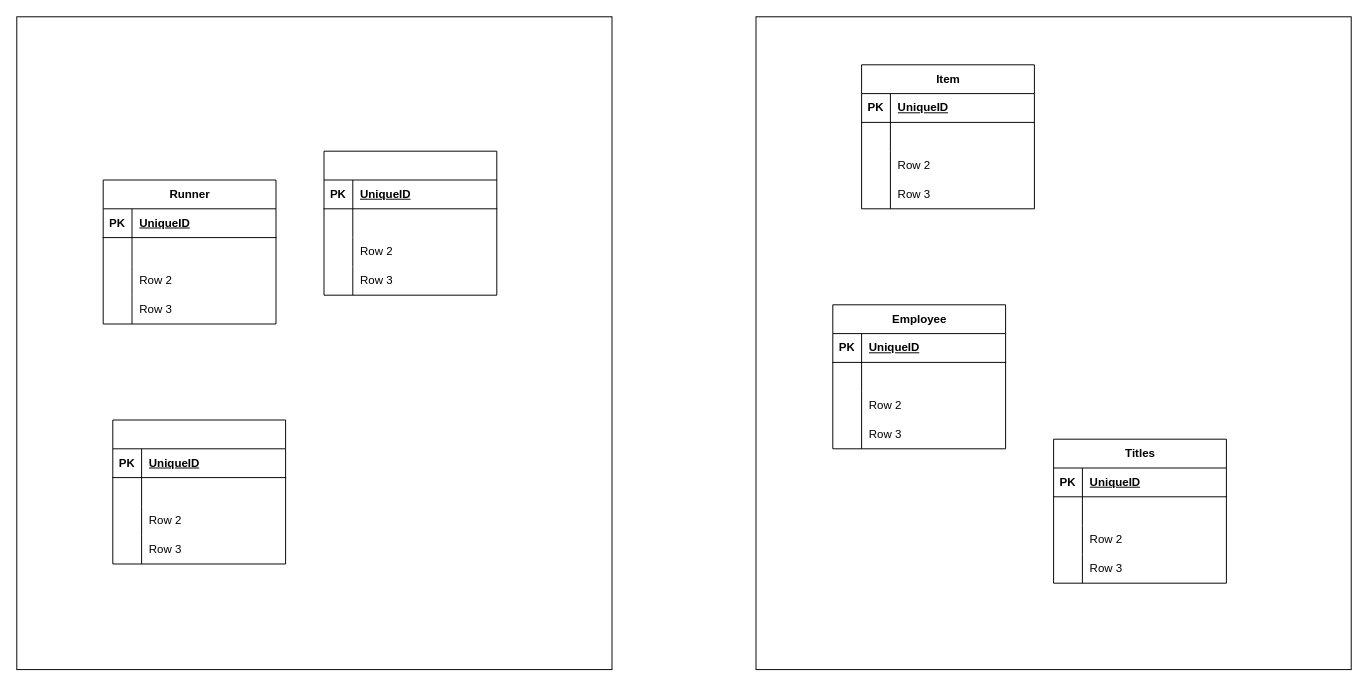
The draw.io diagram SI 644 - HW 1.drawio in machupichu412/SI564_ERDs, before the edit. Source tidied: cells renumbered, new cells numbered last; positions are measured from the earlier drawing's top-left corner, leaving out a move shared by most shapes. Both pictures are drawn from the tidied source at 96%, with x=0, y=0 at pixel (16, 16).
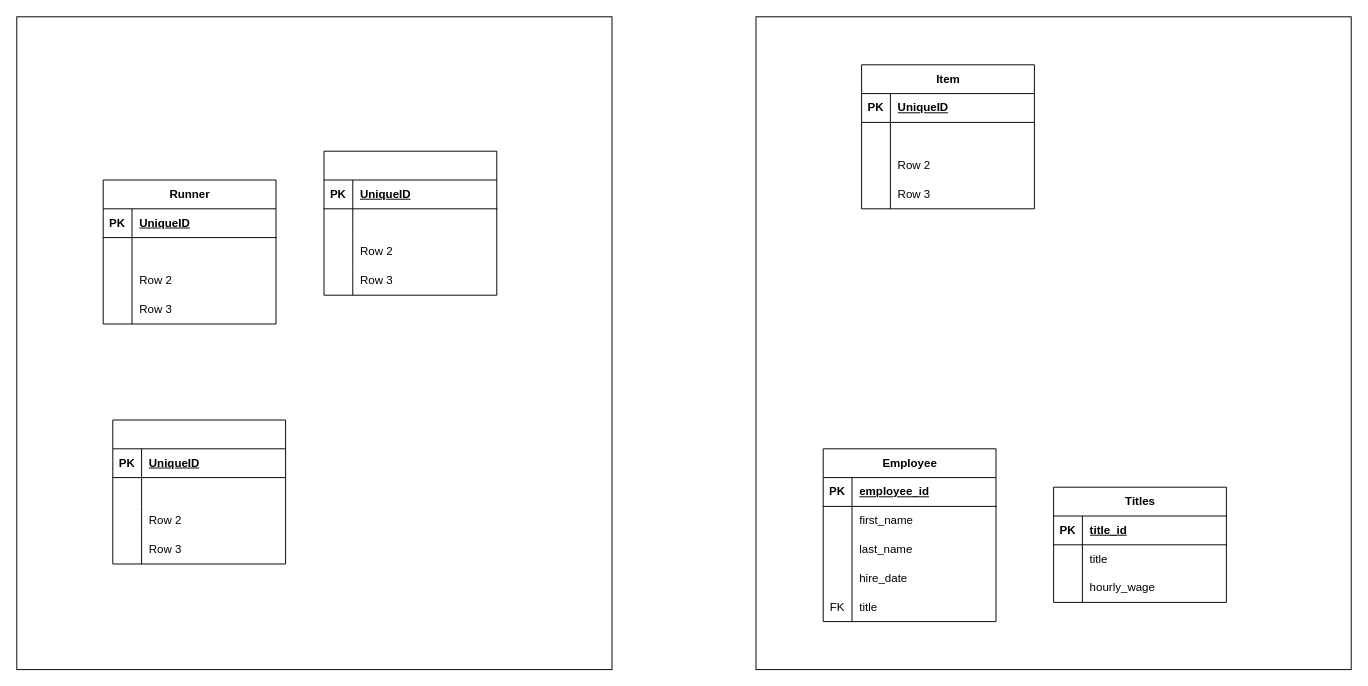
Above is the later version.

Unchanged cells that the change refers to:
```xml
<mxCell id="57" style="shape=tableRow;horizontal=0;startSize=0;swimlaneHead=0;swimlaneBody=0;fillColor=none;top=0;left=0;right=0;bottom=1;" parent="56" vertex="1">
  <mxGeometry y="30" width="180" height="30" as="geometry" />
</mxCell>
<mxCell id="60" style="shape=tableRow;horizontal=0;startSize=0;swimlaneHead=0;swimlaneBody=0;fillColor=none;top=0;left=0;right=0;bottom=0;" parent="56" vertex="1">
  <mxGeometry y="60" width="180" height="30" as="geometry" />
</mxCell>
<mxCell id="63" style="shape=tableRow;horizontal=0;startSize=0;swimlaneHead=0;swimlaneBody=0;fillColor=none;top=0;left=0;right=0;bottom=0;" parent="56" vertex="1">
  <mxGeometry y="90" width="180" height="30" as="geometry" />
</mxCell>
<mxCell id="70" style="shape=tableRow;horizontal=0;startSize=0;swimlaneHead=0;swimlaneBody=0;fillColor=none;top=0;left=0;right=0;bottom=1;" parent="69" vertex="1">
  <mxGeometry y="30" width="180" height="30" as="geometry" />
</mxCell>
<mxCell id="73" style="shape=tableRow;horizontal=0;startSize=0;swimlaneHead=0;swimlaneBody=0;fillColor=none;top=0;left=0;right=0;bottom=0;" parent="69" vertex="1">
  <mxGeometry y="60" width="180" height="30" as="geometry" />
</mxCell>
<mxCell id="76" style="shape=tableRow;horizontal=0;startSize=0;swimlaneHead=0;swimlaneBody=0;fillColor=none;top=0;left=0;right=0;bottom=0;" parent="69" vertex="1">
  <mxGeometry y="90" width="180" height="30" as="geometry" />
</mxCell>
```

Diff of the diagram source:
```diff
@@
     <mxCell id="56" value="Employee" style="shape=table;startSize=30;childLayout=tableLayout;rowLines=0;fontStyle=1;align=center;html=1;" parent="1" vertex="1">
-      <mxGeometry x="850" y="300" width="180" height="150" as="geometry" />
+      <mxGeometry x="840" y="450" width="180" height="180" as="geometry" />
     </mxCell>
@@
-    <mxCell id="59" value="UniqueID" style="shape=partialRectangle;fillColor=none;top=0;left=0;bottom=0;right=0;align=left;spacingLeft=6;fontStyle=5;overflow=hidden;whiteSpace=wrap;html=1;" parent="57" vertex="1">
+    <mxCell id="59" value="employee_id" style="shape=partialRectangle;fillColor=none;top=0;left=0;bottom=0;right=0;align=left;spacingLeft=6;fontStyle=5;overflow=hidden;whiteSpace=wrap;html=1;" parent="57" vertex="1">
       <mxGeometry x="30" width="150" height="30" as="geometry" />
     </mxCell>
@@
-    <mxCell id="62" style="shape=partialRectangle;fillColor=none;top=0;left=0;bottom=0;right=0;align=left;spacingLeft=6;overflow=hidden;whiteSpace=wrap;html=1;" parent="60" vertex="1">
+    <mxCell id="62" value="first_name" style="shape=partialRectangle;fillColor=none;top=0;left=0;bottom=0;right=0;align=left;spacingLeft=6;overflow=hidden;whiteSpace=wrap;html=1;" parent="60" vertex="1">
       <mxGeometry x="30" width="150" height="30" as="geometry" />
     </mxCell>
@@
-    <mxCell id="65" value="Row 2" style="shape=partialRectangle;fillColor=none;top=0;left=0;bottom=0;right=0;align=left;spacingLeft=6;overflow=hidden;whiteSpace=wrap;html=1;" parent="63" vertex="1">
+    <mxCell id="65" value="last_name" style="shape=partialRectangle;fillColor=none;top=0;left=0;bottom=0;right=0;align=left;spacingLeft=6;overflow=hidden;whiteSpace=wrap;html=1;" parent="63" vertex="1">
       <mxGeometry x="30" width="150" height="30" as="geometry" />
     </mxCell>
+    <mxCell id="79" style="shape=tableRow;horizontal=0;startSize=0;swimlaneHead=0;swimlaneBody=0;fillColor=none;top=0;left=0;right=0;bottom=0;" parent="56" vertex="1">
+      <mxGeometry y="120" width="180" height="30" as="geometry" />
+    </mxCell>
+    <mxCell id="80" style="shape=partialRectangle;fillColor=none;top=0;left=0;bottom=0;right=0;overflow=hidden;whiteSpace=wrap;html=1;" parent="79" vertex="1">
+      <mxGeometry width="30" height="30" as="geometry" />
+    </mxCell>
+    <mxCell id="82" value="hire_date" style="shape=partialRectangle;fillColor=none;top=0;left=0;bottom=0;right=0;align=left;spacingLeft=6;overflow=hidden;whiteSpace=wrap;html=1;" parent="79" vertex="1">
+      <mxGeometry x="30" width="150" height="30" as="geometry" />
+    </mxCell>
     <mxCell id="66" style="shape=tableRow;horizontal=0;startSize=0;swimlaneHead=0;swimlaneBody=0;fillColor=none;top=0;left=0;right=0;bottom=0;" parent="56" vertex="1">
-      <mxGeometry y="120" width="180" height="30" as="geometry" />
+      <mxGeometry y="150" width="180" height="30" as="geometry" />
     </mxCell>
-    <mxCell id="67" style="shape=partialRectangle;fillColor=none;top=0;left=0;bottom=0;right=0;overflow=hidden;whiteSpace=wrap;html=1;" parent="66" vertex="1">
+    <mxCell id="67" value="FK" style="shape=partialRectangle;fillColor=none;top=0;left=0;bottom=0;right=0;overflow=hidden;whiteSpace=wrap;html=1;" parent="66" vertex="1">
       <mxGeometry width="30" height="30" as="geometry" />
     </mxCell>
-    <mxCell id="68" value="Row 3" style="shape=partialRectangle;fillColor=none;top=0;left=0;bottom=0;right=0;align=left;spacingLeft=6;overflow=hidden;whiteSpace=wrap;html=1;" parent="66" vertex="1">
+    <mxCell id="68" value="title" style="shape=partialRectangle;fillColor=none;top=0;left=0;bottom=0;right=0;align=left;spacingLeft=6;overflow=hidden;whiteSpace=wrap;html=1;" parent="66" vertex="1">
       <mxGeometry x="30" width="150" height="30" as="geometry" />
     </mxCell>
     <mxCell id="69" value="Titles" style="shape=table;startSize=30;childLayout=tableLayout;rowLines=0;fontStyle=1;align=center;html=1;" parent="1" vertex="1">
-      <mxGeometry x="1080" y="440" width="180" height="150" as="geometry" />
+      <mxGeometry x="1080" y="490" width="180" height="120" as="geometry" />
     </mxCell>
@@
-    <mxCell id="72" value="UniqueID" style="shape=partialRectangle;fillColor=none;top=0;left=0;bottom=0;right=0;align=left;spacingLeft=6;fontStyle=5;overflow=hidden;whiteSpace=wrap;html=1;" parent="70" vertex="1">
+    <mxCell id="72" value="title_id" style="shape=partialRectangle;fillColor=none;top=0;left=0;bottom=0;right=0;align=left;spacingLeft=6;fontStyle=5;overflow=hidden;whiteSpace=wrap;html=1;" parent="70" vertex="1">
       <mxGeometry x="30" width="150" height="30" as="geometry" />
     </mxCell>
@@
-    <mxCell id="75" style="shape=partialRectangle;fillColor=none;top=0;left=0;bottom=0;right=0;align=left;spacingLeft=6;overflow=hidden;whiteSpace=wrap;html=1;" parent="73" vertex="1">
+    <mxCell id="75" value="title" style="shape=partialRectangle;fillColor=none;top=0;left=0;bottom=0;right=0;align=left;spacingLeft=6;overflow=hidden;whiteSpace=wrap;html=1;" parent="73" vertex="1">
       <mxGeometry x="30" width="150" height="30" as="geometry" />
     </mxCell>
@@
-    <mxCell id="78" value="Row 2" style="shape=partialRectangle;fillColor=none;top=0;left=0;bottom=0;right=0;align=left;spacingLeft=6;overflow=hidden;whiteSpace=wrap;html=1;" parent="76" vertex="1">
+    <mxCell id="78" value="hourly_wage" style="shape=partialRectangle;fillColor=none;top=0;left=0;bottom=0;right=0;align=left;spacingLeft=6;overflow=hidden;whiteSpace=wrap;html=1;" parent="76" vertex="1">
       <mxGeometry x="30" width="150" height="30" as="geometry" />
     </mxCell>
-    <mxCell id="79" style="shape=tableRow;horizontal=0;startSize=0;swimlaneHead=0;swimlaneBody=0;fillColor=none;top=0;left=0;right=0;bottom=0;" parent="69" vertex="1">
-      <mxGeometry y="120" width="180" height="30" as="geometry" />
-    </mxCell>
-    <mxCell id="80" style="shape=partialRectangle;fillColor=none;top=0;left=0;bottom=0;right=0;overflow=hidden;whiteSpace=wrap;html=1;" parent="79" vertex="1">
-      <mxGeometry width="30" height="30" as="geometry" />
-    </mxCell>
-    <mxCell id="81" value="Row 3" style="shape=partialRectangle;fillColor=none;top=0;left=0;bottom=0;right=0;align=left;spacingLeft=6;overflow=hidden;whiteSpace=wrap;html=1;" parent="79" vertex="1">
-      <mxGeometry x="30" width="150" height="30" as="geometry" />
-    </mxCell>
```
